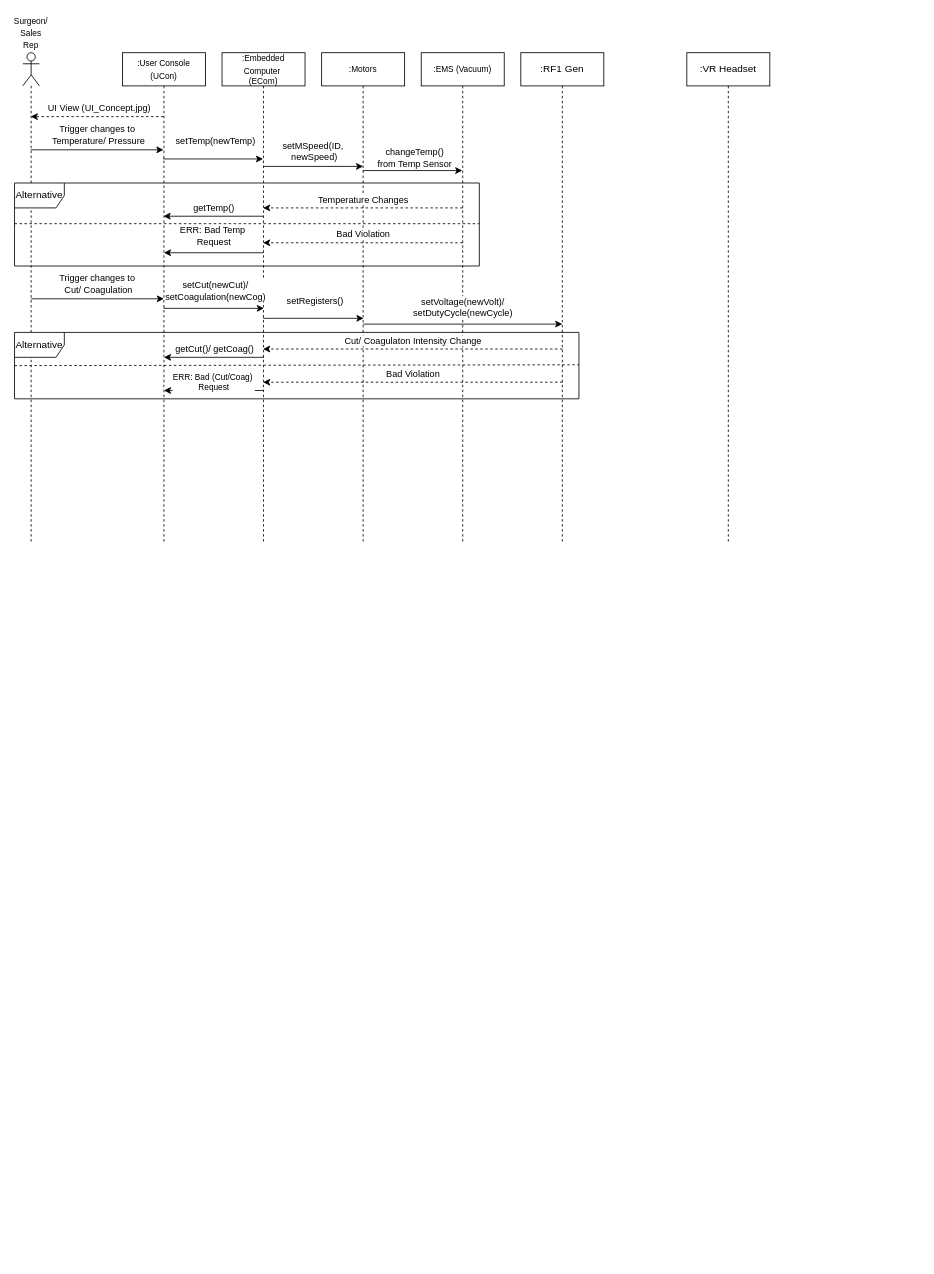
This is page "Internal" (2 of 5) of ConvMed-V01-DataFlow.drawio from PJPDQ/Engineering-Workflows, a draw.io file, before an edit. Source tidied: cells renumbered, new cells numbered last; positions are measured from the earlier drawing's top-left corner, leaving out a move shared by most shapes. Both pictures are drawn from the tidied source at 83%, with x=0, y=0 at pixel (14, 52).
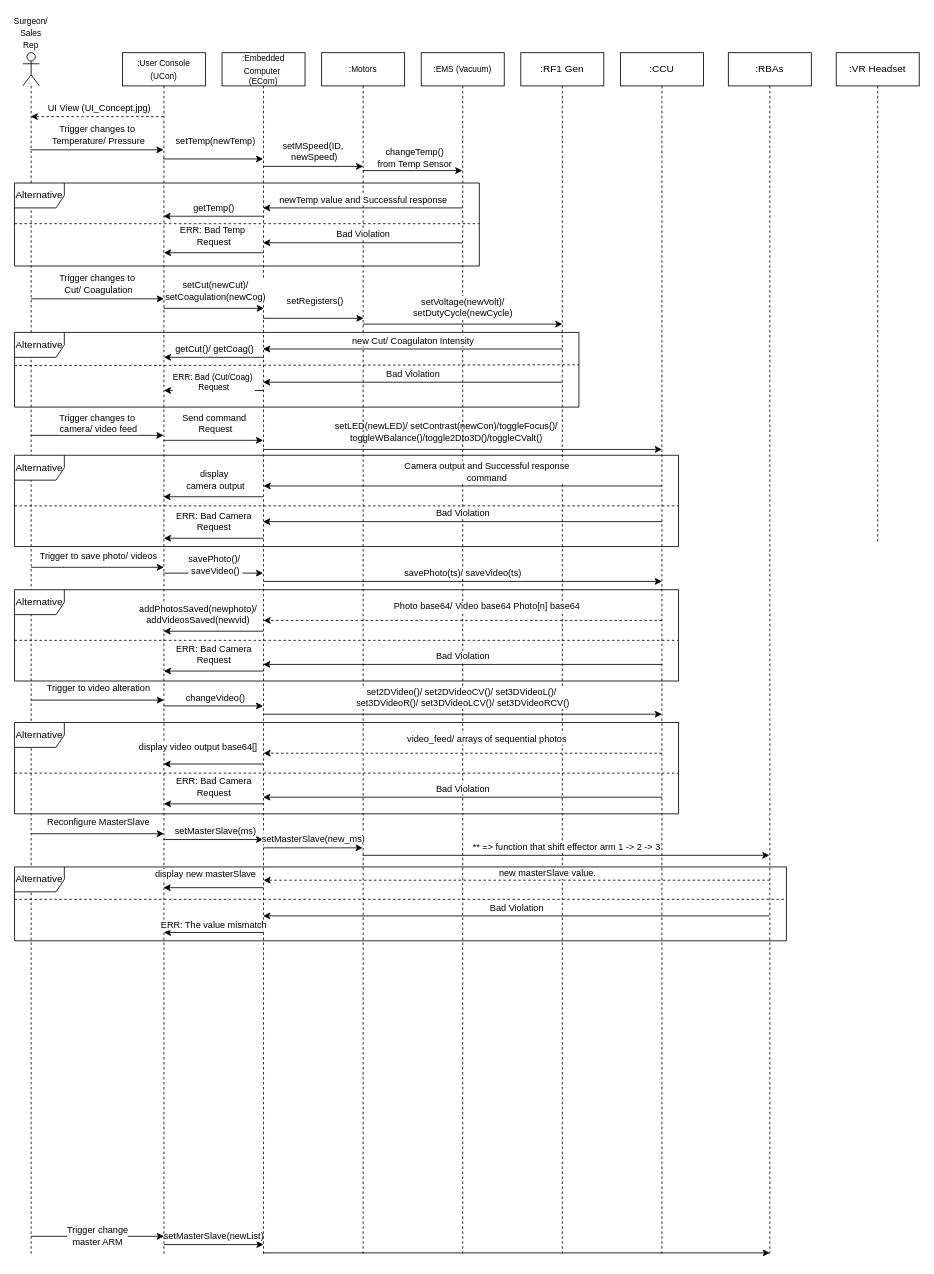
The same diagram, later.

The edit, as a diff of the source:
```diff
@@
+    <mxCell id="30" value="Trigger changes to&amp;nbsp;&lt;div&gt;camera/ video feed&lt;/div&gt;" style="edgeStyle=orthogonalEdgeStyle;rounded=0;orthogonalLoop=1;jettySize=auto;html=1;curved=0;" parent="1" edge="1">
+      <mxGeometry x="0.01" y="14" relative="1" as="geometry">
+        <mxPoint x="19.5" y="461" as="sourcePoint" />
+        <mxPoint x="179.5" y="461" as="targetPoint" />
+      </mxGeometry>
+    </mxCell>
     <mxCell id="3" value="&lt;font style=&quot;font-size: 10px;&quot;&gt;Surgeon/ Sales Rep&lt;/font&gt;" style="shape=umlLifeline;perimeter=lifelinePerimeter;whiteSpace=wrap;html=1;newEdgeStyle={&quot;curved&quot;:0,&quot;rounded&quot;:0};participant=umlActor;labelPosition=center;verticalLabelPosition=top;align=center;verticalAlign=bottom;" parent="1" vertex="1">
-      <mxGeometry x="10" width="20" height="590" as="geometry" />
+      <mxGeometry x="10" width="20" height="1447" as="geometry" />
     </mxCell>
@@
+    <mxCell id="31" value="Send command&amp;nbsp;&lt;div&gt;Request&lt;/div&gt;" style="edgeStyle=orthogonalEdgeStyle;rounded=0;orthogonalLoop=1;jettySize=auto;html=1;curved=0;" parent="1" edge="1">
+      <mxGeometry x="0.01" y="20" relative="1" as="geometry">
+        <mxPoint x="179.5" y="467" as="sourcePoint" />
+        <mxPoint x="299.5" y="467" as="targetPoint" />
+        <mxPoint x="1" as="offset" />
+      </mxGeometry>
+    </mxCell>
+    <mxCell id="32" value="setMasterSlave(newList)" style="edgeStyle=orthogonalEdgeStyle;rounded=0;orthogonalLoop=1;jettySize=auto;html=1;curved=0;" parent="1" edge="1">
+      <mxGeometry y="10" relative="1" as="geometry">
+        <mxPoint x="180" y="1436" as="sourcePoint" />
+        <mxPoint x="300" y="1436" as="targetPoint" />
+      </mxGeometry>
+    </mxCell>
     <mxCell id="6" value="&lt;font style=&quot;font-size: 10px;&quot;&gt;:User Console (UCon)&lt;/font&gt;" style="shape=umlLifeline;perimeter=lifelinePerimeter;whiteSpace=wrap;html=1;newEdgeStyle={&quot;curved&quot;:0,&quot;rounded&quot;:0};" parent="1" vertex="1">
-      <mxGeometry x="130" width="100" height="590" as="geometry" />
+      <mxGeometry x="130" width="100" height="1447" as="geometry" />
     </mxCell>
@@
+    <mxCell id="33" value="&lt;span style=&quot;color: rgb(0, 0, 0); font-family: Helvetica; font-size: 11px; font-style: normal; font-variant-ligatures: normal; font-variant-caps: normal; font-weight: 400; letter-spacing: normal; orphans: 2; text-align: center; text-indent: 0px; text-transform: none; widows: 2; word-spacing: 0px; -webkit-text-stroke-width: 0px; white-space: nowrap; background-color: rgb(255, 255, 255); text-decoration-thickness: initial; text-decoration-style: initial; text-decoration-color: initial; display: inline !important; float: none;&quot;&gt;setLED(newLED)/&amp;nbsp;&lt;/span&gt;setContrast(newCon)/toggleFocus()/&lt;div style=&quot;forced-color-adjust: none; color: rgb(0, 0, 0); font-family: Helvetica; font-size: 11px; font-style: normal; font-variant-ligatures: normal; font-variant-caps: normal; font-weight: 400; letter-spacing: normal; orphans: 2; text-align: center; text-indent: 0px; text-transform: none; widows: 2; word-spacing: 0px; -webkit-text-stroke-width: 0px; white-space: nowrap; text-decoration-thickness: initial; text-decoration-style: initial; text-decoration-color: initial;&quot;&gt;toggleWBalance()/toggle2Dto3D()/toggleCValt()&lt;/div&gt;" style="edgeStyle=orthogonalEdgeStyle;rounded=0;orthogonalLoop=1;jettySize=auto;html=1;curved=0;" parent="1" edge="1">
+      <mxGeometry x="-0.08" y="21" relative="1" as="geometry">
+        <mxPoint x="300" y="477" as="sourcePoint" />
+        <mxPoint x="780" y="478" as="targetPoint" />
+        <Array as="points">
+          <mxPoint x="300.5" y="478" />
+        </Array>
+      </mxGeometry>
+    </mxCell>
     <mxCell id="8" value="&lt;font style=&quot;font-size: 10px;&quot;&gt;:Embedded Computer&amp;nbsp;&lt;/font&gt;&lt;div style=&quot;font-size: 10px;&quot;&gt;&lt;font style=&quot;font-size: 10px;&quot;&gt;(ECom)&lt;/font&gt;&lt;/div&gt;" style="shape=umlLifeline;perimeter=lifelinePerimeter;whiteSpace=wrap;html=1;outlineConnect=0;portConstraint=eastwest;newEdgeStyle={&quot;curved&quot;:0,&quot;rounded&quot;:0};" parent="1" vertex="1">
-      <mxGeometry x="250" width="100" height="590" as="geometry" />
+      <mxGeometry x="250" width="100" height="1447" as="geometry" />
     </mxCell>
     <mxCell id="9" value=":VR Headset" style="shape=umlLifeline;perimeter=lifelinePerimeter;whiteSpace=wrap;html=1;newEdgeStyle={&quot;curved&quot;:0,&quot;rounded&quot;:0};" parent="1" vertex="1">
-      <mxGeometry x="810" width="100" height="590" as="geometry" />
+      <mxGeometry x="990" width="100" height="590" as="geometry" />
     </mxCell>
     <mxCell id="10" value="&lt;font style=&quot;font-size: 10px;&quot;&gt;:Motors&lt;/font&gt;" style="shape=umlLifeline;perimeter=lifelinePerimeter;whiteSpace=wrap;html=1;outlineConnect=0;portConstraint=eastwest;newEdgeStyle={&quot;curved&quot;:0,&quot;rounded&quot;:0};" parent="1" vertex="1">
-      <mxGeometry x="370" width="100" height="590" as="geometry" />
+      <mxGeometry x="370" width="100" height="1447" as="geometry" />
     </mxCell>
@@
-    <mxCell id="13" value="Temperature Changes" style="endArrow=classic;html=1;rounded=0;dashed=1;" parent="1" edge="1">
+    <mxCell id="13" value="newTemp value and Successful response" style="endArrow=classic;html=1;rounded=0;" parent="1" edge="1">
       <mxGeometry y="-10" relative="1" as="geometry">
         <mxPoint x="540" y="187" as="sourcePoint" />
         <mxPoint x="299.5" y="187" as="targetPoint" />
       </mxGeometry>
     </mxCell>
@@
-    <mxCell id="15" value="Bad Violation" style="endArrow=classic;html=1;rounded=0;dashed=1;" parent="1" edge="1">
+    <mxCell id="15" value="Bad Violation" style="endArrow=classic;html=1;rounded=0;" parent="1" edge="1">
       <mxGeometry y="-10" relative="1" as="geometry">
         <mxPoint x="540" y="229" as="sourcePoint" />
         <mxPoint x="299.5" y="229" as="targetPoint" />
       </mxGeometry>
     </mxCell>
@@
     <mxCell id="17" value="&lt;font style=&quot;font-size: 10px;&quot;&gt;:EMS (Vacuum)&lt;/font&gt;" style="shape=umlLifeline;perimeter=lifelinePerimeter;whiteSpace=wrap;html=1;newEdgeStyle={&quot;curved&quot;:0,&quot;rounded&quot;:0};" parent="1" vertex="1">
-      <mxGeometry x="490" width="100" height="590" as="geometry" />
+      <mxGeometry x="490" width="100" height="1447" as="geometry" />
     </mxCell>
@@
     <mxCell id="20" value=":RF1 Gen" style="shape=umlLifeline;perimeter=lifelinePerimeter;whiteSpace=wrap;html=1;newEdgeStyle={&quot;curved&quot;:0,&quot;rounded&quot;:0};" parent="1" vertex="1">
-      <mxGeometry x="610" width="100" height="590" as="geometry" />
+      <mxGeometry x="610" width="100" height="1447" as="geometry" />
     </mxCell>
@@
     <mxCell id="24" value="Alternative" style="shape=umlFrame;whiteSpace=wrap;html=1;" parent="1" vertex="1">
-      <mxGeometry y="337" width="680" height="80" as="geometry" />
+      <mxGeometry y="337" width="680" height="90" as="geometry" />
     </mxCell>
@@
-    <mxCell id="26" value="Cut/ Coagulaton Intensity Change" style="endArrow=classic;html=1;rounded=0;dashed=1;" parent="1" edge="1" target="8">
+    <mxCell id="26" value="new Cut/ Coagulaton Intensity" style="endArrow=classic;html=1;rounded=0;" parent="1" edge="1" target="8">
       <mxGeometry y="-10" relative="1" as="geometry">
         <mxPoint x="660.2" y="357" as="sourcePoint" />
       </mxGeometry>
     </mxCell>
@@
-    <mxCell id="28" value="Bad Violation" style="endArrow=classic;html=1;rounded=0;dashed=1;" parent="1" edge="1" target="8">
+    <mxCell id="28" value="Bad Violation" style="endArrow=classic;html=1;rounded=0;" parent="1" edge="1" target="8">
       <mxGeometry y="-10" relative="1" as="geometry">
         <mxPoint x="660.2" y="397" as="sourcePoint" />
       </mxGeometry>
     </mxCell>
@@
+    <mxCell id="34" value=":CCU" style="shape=umlLifeline;perimeter=lifelinePerimeter;whiteSpace=wrap;html=1;newEdgeStyle={&quot;curved&quot;:0,&quot;rounded&quot;:0};" parent="1" vertex="1">
+      <mxGeometry x="730" width="100" height="1447" as="geometry" />
+    </mxCell>
+    <mxCell id="35" value="Alternative" style="shape=umlFrame;whiteSpace=wrap;html=1;" parent="1" vertex="1">
+      <mxGeometry y="485" width="800" height="110" as="geometry" />
+    </mxCell>
+    <mxCell id="36" style="endArrow=none;dashed=1;html=1;rounded=0;" parent="1" edge="1">
+      <mxGeometry relative="1" as="geometry">
+        <mxPoint y="546" as="sourcePoint" />
+        <mxPoint x="800" y="546" as="targetPoint" />
+      </mxGeometry>
+    </mxCell>
+    <mxCell id="37" value="Camera output and Successful response&lt;div&gt;command&lt;/div&gt;" style="endArrow=classic;html=1;rounded=0;" parent="1" edge="1">
+      <mxGeometry x="-0.12" y="-17" relative="1" as="geometry">
+        <mxPoint x="780" y="522" as="sourcePoint" />
+        <mxPoint x="300" y="522" as="targetPoint" />
+      </mxGeometry>
+    </mxCell>
+    <mxCell id="38" value="display&amp;nbsp;&lt;div&gt;camera output&lt;/div&gt;" style="endArrow=classic;html=1;rounded=0;" parent="1" edge="1">
+      <mxGeometry x="-0.01" y="-20" relative="1" as="geometry">
+        <mxPoint x="299.5" y="535" as="sourcePoint" />
+        <mxPoint x="179.5" y="535" as="targetPoint" />
+        <mxPoint x="1" as="offset" />
+      </mxGeometry>
+    </mxCell>
+    <mxCell id="39" value="Bad Violation" style="endArrow=classic;html=1;rounded=0;" parent="1" edge="1">
+      <mxGeometry y="-10" relative="1" as="geometry">
+        <mxPoint x="780.2" y="565" as="sourcePoint" />
+        <mxPoint x="299.5" y="565" as="targetPoint" />
+      </mxGeometry>
+    </mxCell>
+    <mxCell id="40" value="ERR: Bad Camera&lt;div&gt;Request&lt;/div&gt;" style="endArrow=classic;html=1;rounded=0;" parent="1" edge="1">
+      <mxGeometry y="-20" relative="1" as="geometry">
+        <mxPoint x="300" y="585" as="sourcePoint" />
+        <mxPoint x="180" y="585" as="targetPoint" />
+      </mxGeometry>
+    </mxCell>
+    <mxCell id="41" value=":RBAs" style="shape=umlLifeline;perimeter=lifelinePerimeter;whiteSpace=wrap;html=1;outlineConnect=0;portConstraint=eastwest;newEdgeStyle={&quot;curved&quot;:0,&quot;rounded&quot;:0};" parent="1" vertex="1">
+      <mxGeometry x="860" width="100" height="1447" as="geometry" />
+    </mxCell>
+    <mxCell id="42" value="Trigger change&lt;div&gt;master ARM&lt;/div&gt;" style="endArrow=classic;html=1;rounded=0;" parent="1" edge="1">
+      <mxGeometry relative="1" as="geometry">
+        <mxPoint x="20" y="1426" as="sourcePoint" />
+        <mxPoint x="180" y="1426" as="targetPoint" />
+      </mxGeometry>
+    </mxCell>
+    <mxCell id="43" style="endArrow=classic;html=1;rounded=0;" parent="1" edge="1">
+      <mxGeometry relative="1" as="geometry">
+        <mxPoint x="300" y="1446" as="sourcePoint" />
+        <mxPoint x="910" y="1446" as="targetPoint" />
+      </mxGeometry>
+    </mxCell>
+    <mxCell id="44" value="Trigger to save photo/ videos" style="edgeStyle=orthogonalEdgeStyle;rounded=0;orthogonalLoop=1;jettySize=auto;html=1;curved=0;" parent="1" edge="1">
+      <mxGeometry x="0.01" y="14" relative="1" as="geometry">
+        <mxPoint x="20" y="620" as="sourcePoint" />
+        <mxPoint x="180" y="620" as="targetPoint" />
+      </mxGeometry>
+    </mxCell>
+    <mxCell id="45" value="savePhoto()/&amp;nbsp;&lt;div&gt;saveVideo()&lt;/div&gt;" style="endArrow=classic;html=1;rounded=0;" parent="1" edge="1">
+      <mxGeometry x="0.01" y="10" relative="1" as="geometry">
+        <mxPoint x="179.5" y="627" as="sourcePoint" />
+        <mxPoint x="299.5" y="627" as="targetPoint" />
+        <mxPoint x="1" as="offset" />
+      </mxGeometry>
+    </mxCell>
+    <mxCell id="46" value="savePhoto(ts)/ saveVideo(ts)" style="endArrow=classic;html=1;rounded=0;" parent="1" edge="1">
+      <mxGeometry y="10" relative="1" as="geometry">
+        <mxPoint x="300" y="637" as="sourcePoint" />
+        <mxPoint x="780" y="637" as="targetPoint" />
+      </mxGeometry>
+    </mxCell>
+    <mxCell id="47" value="Alternative" style="shape=umlFrame;whiteSpace=wrap;html=1;" parent="1" vertex="1">
+      <mxGeometry y="647" width="800" height="110" as="geometry" />
+    </mxCell>
+    <mxCell id="48" style="endArrow=none;dashed=1;html=1;rounded=0;" parent="1" edge="1">
+      <mxGeometry relative="1" as="geometry">
+        <mxPoint y="708" as="sourcePoint" />
+        <mxPoint x="800" y="708" as="targetPoint" />
+      </mxGeometry>
+    </mxCell>
+    <mxCell id="49" value="Photo base64/ Video base64 Photo[n] base64" style="endArrow=classic;html=1;rounded=0;dashed=1;" parent="1" edge="1">
+      <mxGeometry x="-0.12" y="-17" relative="1" as="geometry">
+        <mxPoint x="780" y="684" as="sourcePoint" />
+        <mxPoint x="300" y="684" as="targetPoint" />
+      </mxGeometry>
+    </mxCell>
+    <mxCell id="50" value="addPhotosSaved(newphoto)/&lt;div&gt;addVideosSaved(newvid)&lt;/div&gt;" style="endArrow=classic;html=1;rounded=0;" parent="1" edge="1">
+      <mxGeometry x="0.33" y="-20" relative="1" as="geometry">
+        <mxPoint x="299.5" y="697" as="sourcePoint" />
+        <mxPoint x="179.5" y="697" as="targetPoint" />
+        <mxPoint x="1" as="offset" />
+      </mxGeometry>
+    </mxCell>
+    <mxCell id="51" value="Bad Violation" style="endArrow=classic;html=1;rounded=0;" parent="1" edge="1">
+      <mxGeometry y="-10" relative="1" as="geometry">
+        <mxPoint x="780.4" y="737" as="sourcePoint" />
+        <mxPoint x="299.6" y="737" as="targetPoint" />
+      </mxGeometry>
+    </mxCell>
+    <mxCell id="52" value="ERR: Bad Camera&lt;div&gt;Request&lt;/div&gt;" style="endArrow=classic;html=1;rounded=0;" parent="1" edge="1">
+      <mxGeometry y="-20" relative="1" as="geometry">
+        <mxPoint x="300" y="745" as="sourcePoint" />
+        <mxPoint x="180" y="745" as="targetPoint" />
+      </mxGeometry>
+    </mxCell>
+    <mxCell id="53" value="Trigger to video alteration" style="edgeStyle=orthogonalEdgeStyle;rounded=0;orthogonalLoop=1;jettySize=auto;html=1;curved=0;" parent="1" edge="1">
+      <mxGeometry x="0.01" y="14" relative="1" as="geometry">
+        <mxPoint x="20" y="780" as="sourcePoint" />
+        <mxPoint x="180" y="780" as="targetPoint" />
+      </mxGeometry>
+    </mxCell>
+    <mxCell id="54" value="changeVideo()" style="endArrow=classic;html=1;rounded=0;" parent="1" edge="1">
+      <mxGeometry x="0.01" y="10" relative="1" as="geometry">
+        <mxPoint x="179.5" y="787" as="sourcePoint" />
+        <mxPoint x="299.5" y="787" as="targetPoint" />
+        <mxPoint x="1" as="offset" />
+      </mxGeometry>
+    </mxCell>
+    <mxCell id="55" value="set2DVideo()/ set2DVideoCV()/ set3DVideoL()/&amp;nbsp;&lt;div&gt;set3DVideoR()/ set3DVideoLCV()/ set3DVideoRCV()&lt;/div&gt;" style="endArrow=classic;html=1;rounded=0;" parent="1" edge="1">
+      <mxGeometry y="20" relative="1" as="geometry">
+        <mxPoint x="300" y="797" as="sourcePoint" />
+        <mxPoint x="780" y="797" as="targetPoint" />
+      </mxGeometry>
+    </mxCell>
+    <mxCell id="56" value="Alternative" style="shape=umlFrame;whiteSpace=wrap;html=1;" parent="1" vertex="1">
+      <mxGeometry y="807" width="800" height="110" as="geometry" />
+    </mxCell>
+    <mxCell id="57" style="endArrow=none;dashed=1;html=1;rounded=0;" parent="1" edge="1">
+      <mxGeometry relative="1" as="geometry">
+        <mxPoint y="868" as="sourcePoint" />
+        <mxPoint x="800" y="868" as="targetPoint" />
+      </mxGeometry>
+    </mxCell>
+    <mxCell id="58" value="video_feed/ arrays of sequential photos" style="endArrow=classic;html=1;rounded=0;dashed=1;" parent="1" edge="1">
+      <mxGeometry x="-0.12" y="-17" relative="1" as="geometry">
+        <mxPoint x="780" y="844" as="sourcePoint" />
+        <mxPoint x="300" y="844" as="targetPoint" />
+      </mxGeometry>
+    </mxCell>
+    <mxCell id="59" value="display video output base64[]" style="endArrow=classic;html=1;rounded=0;" parent="1" edge="1">
+      <mxGeometry x="0.33" y="-20" relative="1" as="geometry">
+        <mxPoint x="299.5" y="857" as="sourcePoint" />
+        <mxPoint x="179.5" y="857" as="targetPoint" />
+        <mxPoint x="1" as="offset" />
+      </mxGeometry>
+    </mxCell>
+    <mxCell id="60" value="Bad Violation" style="endArrow=classic;html=1;rounded=0;" parent="1" edge="1">
+      <mxGeometry y="-10" relative="1" as="geometry">
+        <mxPoint x="780.4" y="897" as="sourcePoint" />
+        <mxPoint x="299.6" y="897" as="targetPoint" />
+      </mxGeometry>
+    </mxCell>
+    <mxCell id="61" value="ERR: Bad Camera&lt;div&gt;Request&lt;/div&gt;" style="endArrow=classic;html=1;rounded=0;" parent="1" edge="1">
+      <mxGeometry y="-20" relative="1" as="geometry">
+        <mxPoint x="300" y="905" as="sourcePoint" />
+        <mxPoint x="180" y="905" as="targetPoint" />
+      </mxGeometry>
+    </mxCell>
+    <mxCell id="62" value="Reconfigure MasterSlave" style="edgeStyle=orthogonalEdgeStyle;rounded=0;orthogonalLoop=1;jettySize=auto;html=1;curved=0;" parent="1" edge="1">
+      <mxGeometry x="0.01" y="14" relative="1" as="geometry">
+        <mxPoint x="20" y="941" as="sourcePoint" />
+        <mxPoint x="180" y="941" as="targetPoint" />
+      </mxGeometry>
+    </mxCell>
+    <mxCell id="63" value="setMasterSlave(ms)" style="endArrow=classic;html=1;rounded=0;" parent="1" edge="1">
+      <mxGeometry x="0.01" y="10" relative="1" as="geometry">
+        <mxPoint x="179.5" y="948" as="sourcePoint" />
+        <mxPoint x="299.5" y="948" as="targetPoint" />
+        <mxPoint x="1" as="offset" />
+      </mxGeometry>
+    </mxCell>
+    <mxCell id="64" value="setMasterSlave(new_ms)" style="endArrow=classic;html=1;rounded=0;" parent="1" edge="1" target="10">
+      <mxGeometry y="11" relative="1" as="geometry">
+        <mxPoint x="300" y="958" as="sourcePoint" />
+      </mxGeometry>
+    </mxCell>
+    <mxCell id="65" value="Alternative" style="shape=umlFrame;whiteSpace=wrap;html=1;" parent="1" vertex="1">
+      <mxGeometry y="981" width="930" height="89" as="geometry" />
+    </mxCell>
+    <mxCell id="66" style="endArrow=none;dashed=1;html=1;rounded=0;" parent="1" edge="1">
+      <mxGeometry relative="1" as="geometry">
+        <mxPoint y="1020" as="sourcePoint" />
+        <mxPoint x="930" y="1020" as="targetPoint" />
+      </mxGeometry>
+    </mxCell>
+    <mxCell id="67" value="new masterSlave value." style="endArrow=classic;html=1;rounded=0;dashed=1;exitX=0.5;exitY=0.689;exitDx=0;exitDy=0;exitPerimeter=0;" parent="1" edge="1" source="41">
+      <mxGeometry x="-0.12" y="-8" relative="1" as="geometry">
+        <mxPoint x="300" y="997" as="targetPoint" />
+      </mxGeometry>
+    </mxCell>
+    <mxCell id="68" value="display new masterSlave" style="endArrow=classic;html=1;rounded=0;" parent="1" edge="1">
+      <mxGeometry x="0.16" y="-16" relative="1" as="geometry">
+        <mxPoint x="299.5" y="1006" as="sourcePoint" />
+        <mxPoint x="179.5" y="1006" as="targetPoint" />
+      </mxGeometry>
+    </mxCell>
+    <mxCell id="69" value="Bad Violation" style="endArrow=classic;html=1;rounded=0;" parent="1" edge="1" source="41">
+      <mxGeometry y="-10" relative="1" as="geometry">
+        <mxPoint x="299.6" y="1040" as="targetPoint" />
+      </mxGeometry>
+    </mxCell>
+    <mxCell id="70" value="ERR: The value mismatch" style="endArrow=classic;html=1;rounded=0;" parent="1" edge="1">
+      <mxGeometry y="-9" relative="1" as="geometry">
+        <mxPoint x="300" y="1060" as="sourcePoint" />
+        <mxPoint x="180" y="1060" as="targetPoint" />
+      </mxGeometry>
+    </mxCell>
+    <mxCell id="71" value="** =&amp;gt; function that shift effector arm 1 -&amp;gt; 2 -&amp;gt; 3" style="endArrow=classic;html=1;rounded=0;" parent="1" edge="1" target="41">
+      <mxGeometry y="10" relative="1" as="geometry">
+        <mxPoint x="419.5" y="967" as="sourcePoint" />
+      </mxGeometry>
+    </mxCell>
```
